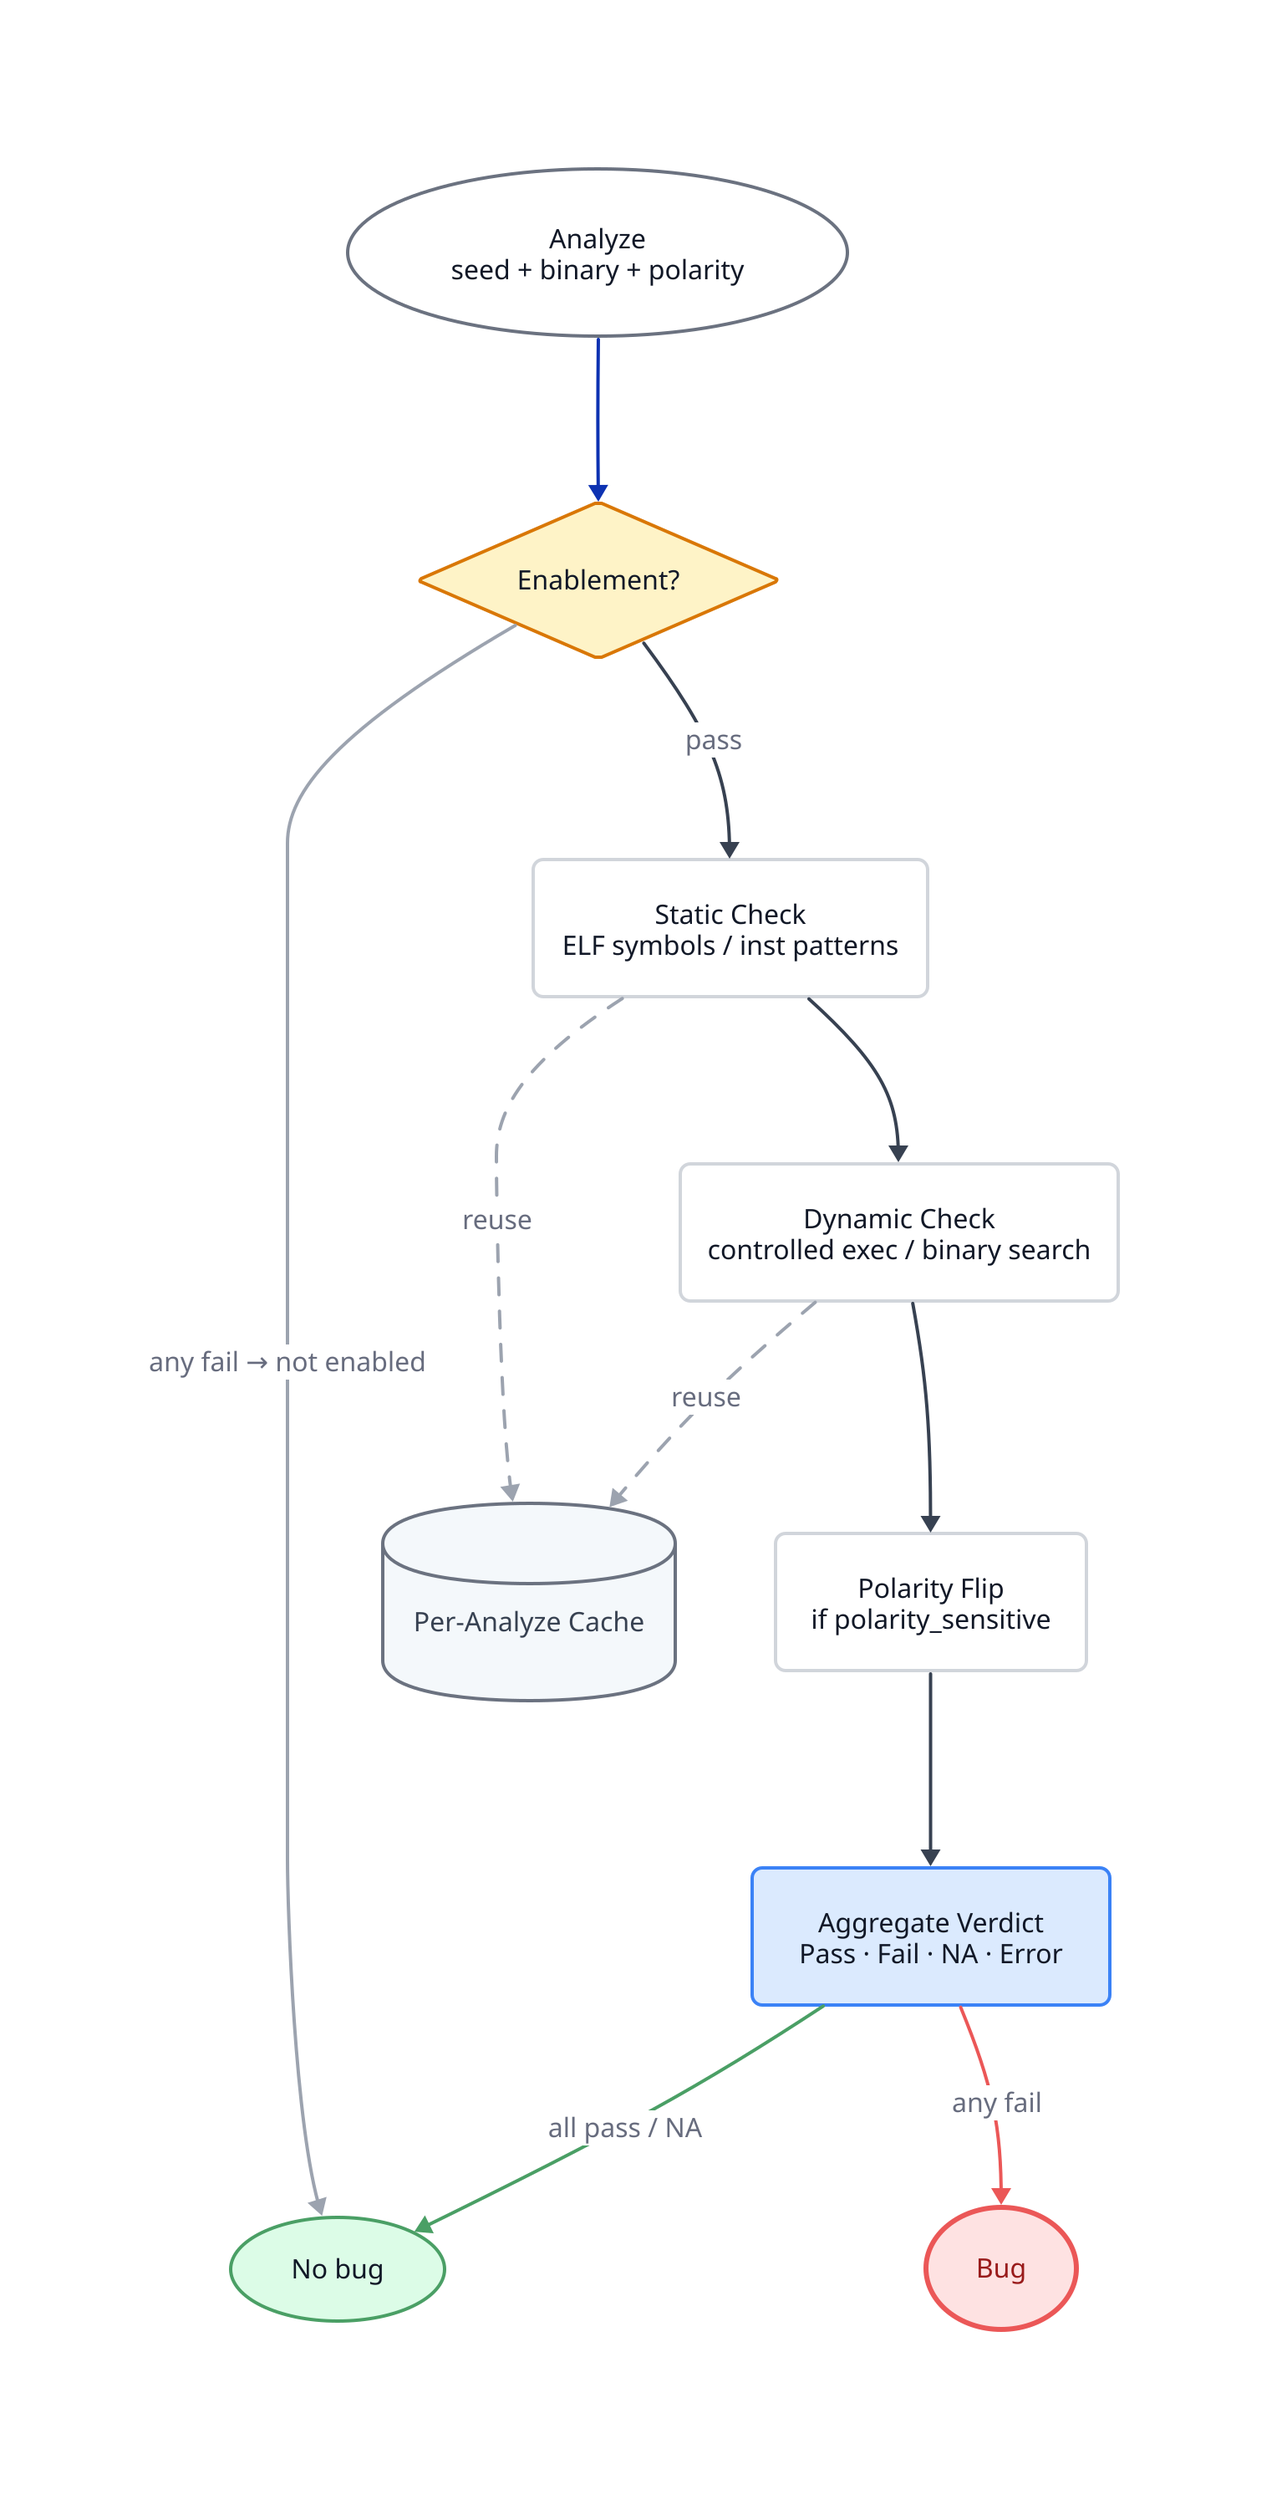
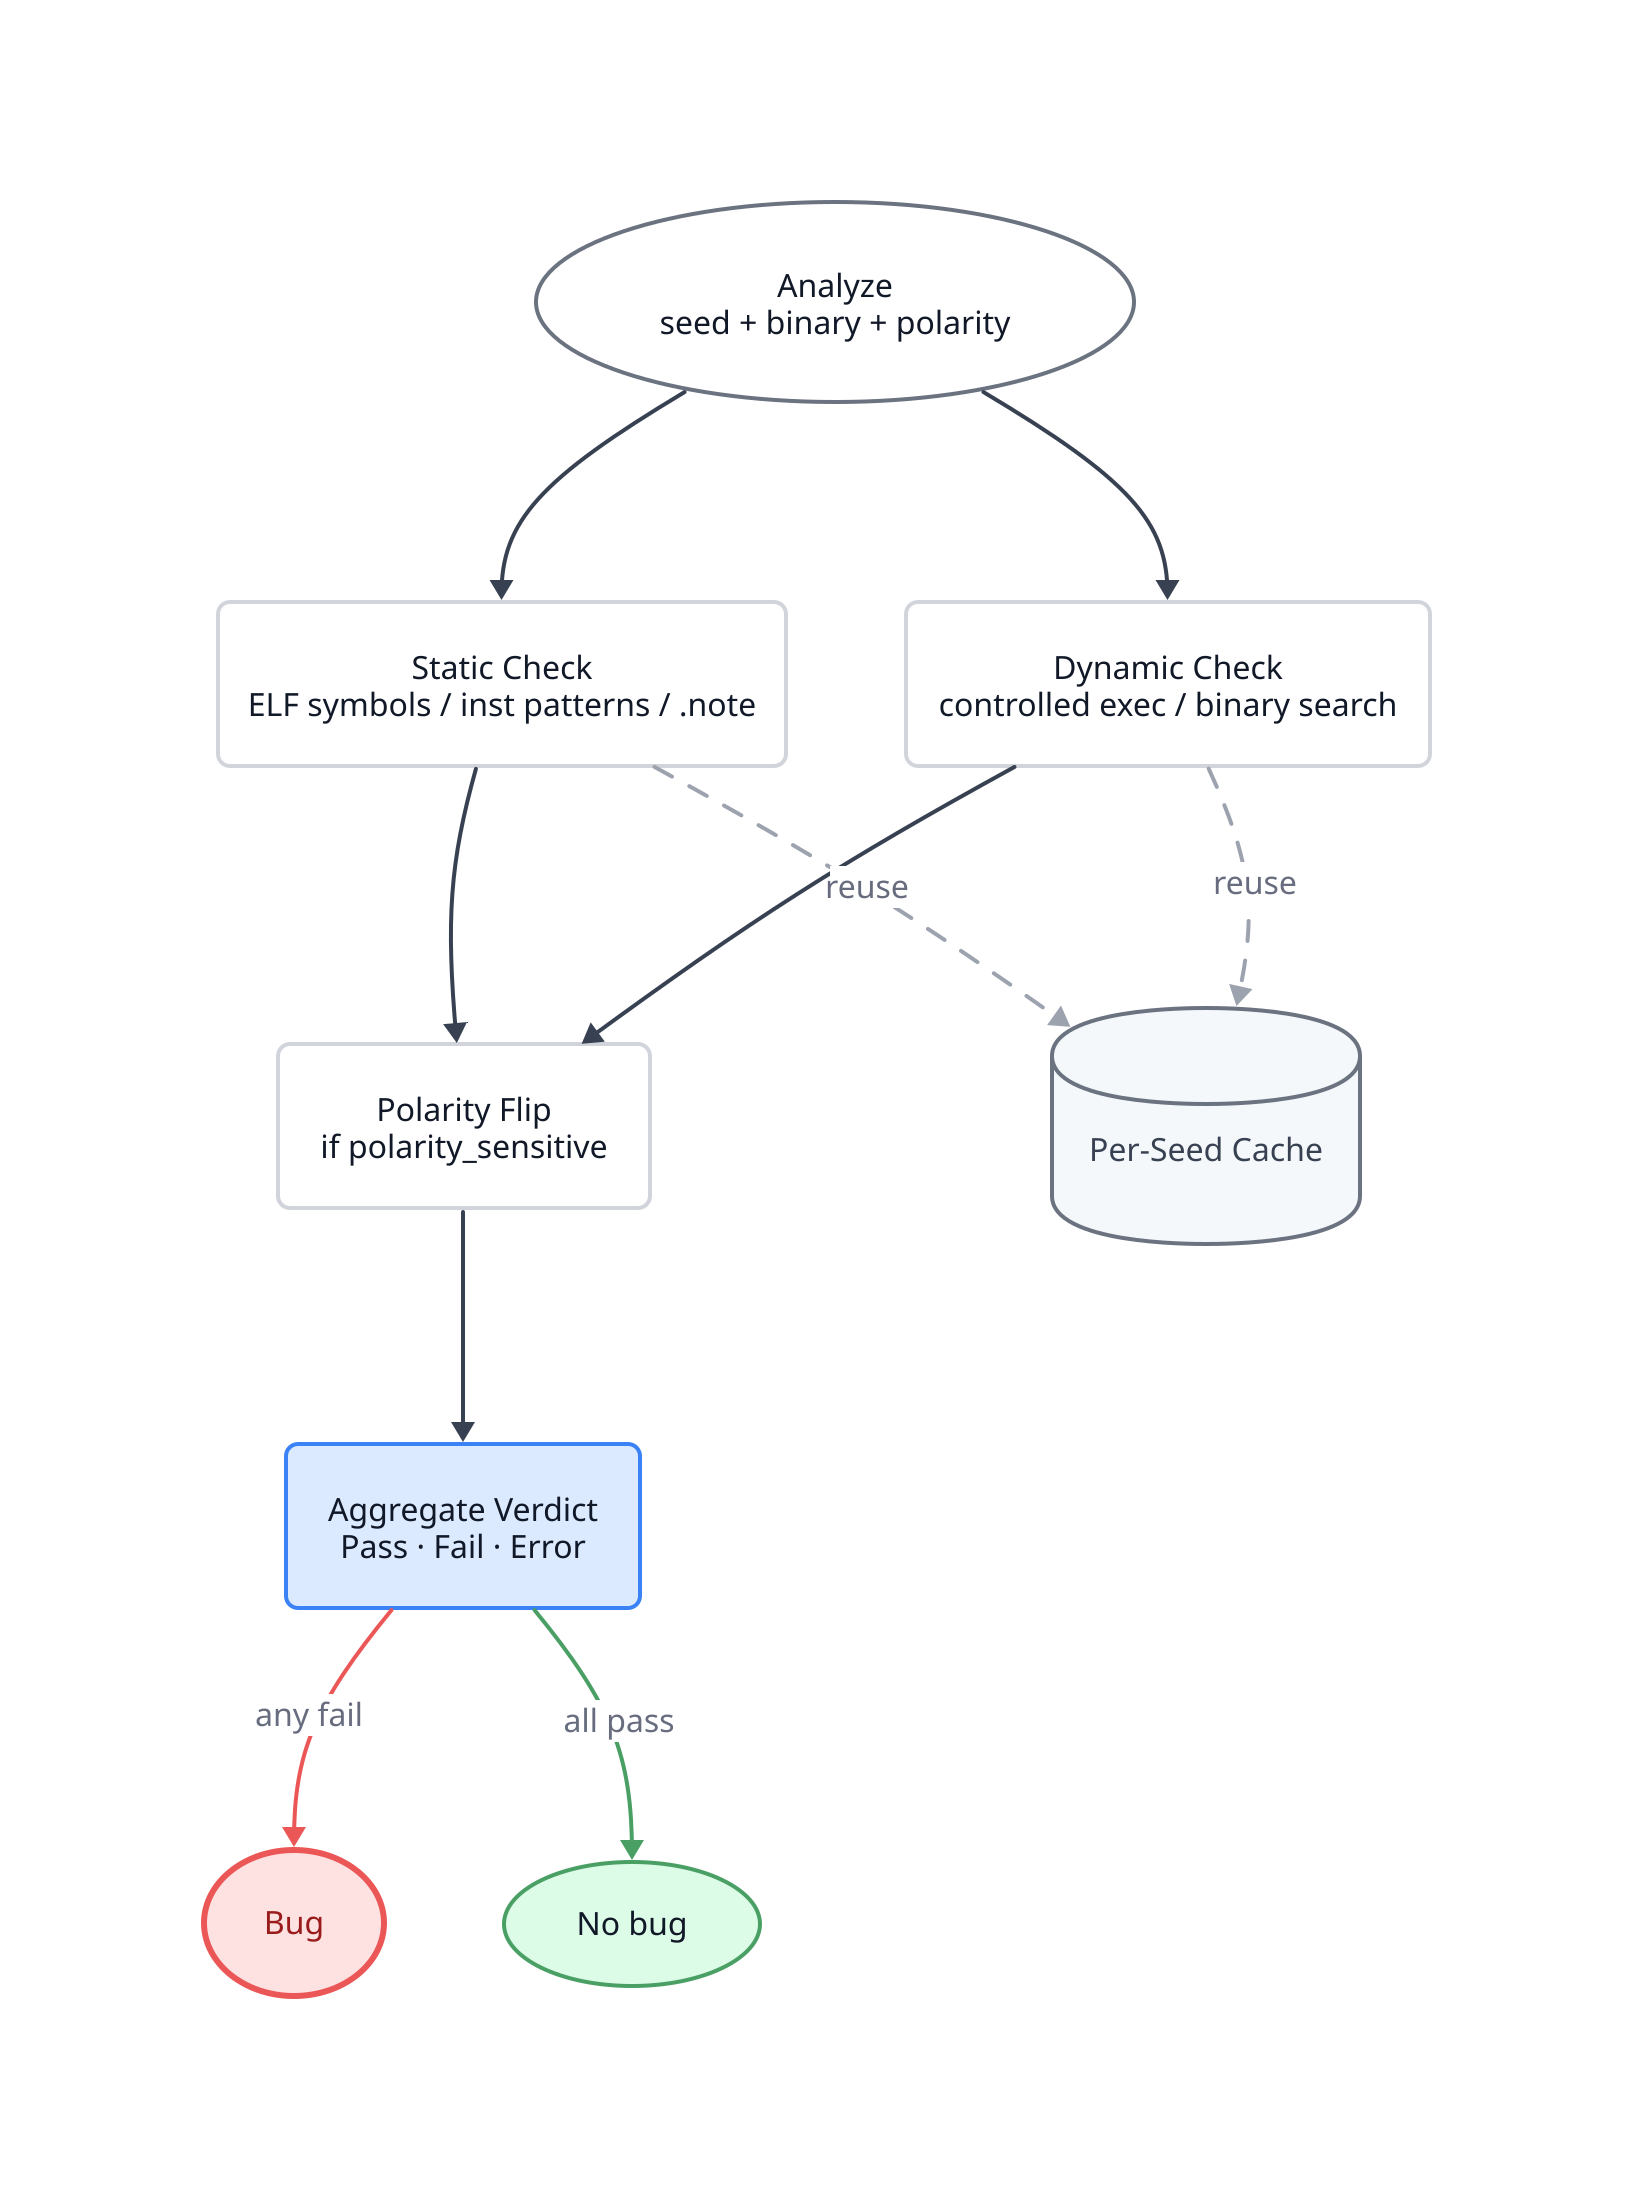
- # 图 3 — 防御机制不变量预言机的三阶段调度（四·技术路线 §2 末）
+ # 图 3 — 防御机制不变量预言机的判定流程（四·技术路线 §2 末）
# 渲染：d2 --layout=dagre --pad=24 oracle-flow.d2 oracle-flow.svg

direction: down

start: "Analyze\nseed + binary + polarity" {
  shape: oval
  style: { fill: white; stroke: "#6B7280"; stroke-width: 2; font-color: "#111827" }
}

- p1: "Enablement?" {
-   shape: diamond
-   style: { fill: "#FEF3C7"; stroke: "#D97706"; stroke-width: 2; font-color: "#111827" }
- }
- 
- p2: "Static Check\nELF symbols / inst patterns" {
+ p2: "Static Check\nELF symbols / inst patterns / .note" {
  style: { fill: white; stroke: "#D1D5DB"; stroke-width: 2; font-color: "#111827"; border-radius: 6 }
}

p3: "Dynamic Check\ncontrolled exec / binary search" {
  style: { fill: white; stroke: "#D1D5DB"; stroke-width: 2; font-color: "#111827"; border-radius: 6 }
}

flip: "Polarity Flip\nif polarity_sensitive" {
  style: { fill: white; stroke: "#D1D5DB"; stroke-width: 2; font-color: "#111827"; border-radius: 6 }
}

- verdict: "Aggregate Verdict\nPass · Fail · NA · Error" {
+ verdict: "Aggregate Verdict\nPass · Fail · Error" {
  style: { fill: "#DBEAFE"; stroke: "#3B82F6"; stroke-width: 2; font-color: "#111827"; border-radius: 6; bold: true }
}

bug: "Bug" {
  shape: oval
  style: { fill: "#FEE2E2"; stroke: "#EB5757"; stroke-width: 3; font-color: "#991B1B"; bold: true }
}

nobug: "No bug" {
  shape: oval
  style: { fill: "#DCFCE7"; stroke: "#4A9F65"; stroke-width: 2; font-color: "#111827" }
}

- cache: "Per-Analyze Cache" {
+ cache: "Per-Seed Cache" {
  shape: cylinder
  style: { fill: "#F4F8FB"; stroke: "#6B7280"; stroke-width: 2; font-color: "#374151"; bold: true }
}

- start -> p1
- p1 -> nobug: "any fail → not enabled" { style: { stroke: "#9CA3AF"; stroke-width: 2 } }
- p1 -> p2: "pass" { style: { stroke: "#374151"; stroke-width: 2 } }
- p2 -> p3 { style: { stroke: "#374151"; stroke-width: 2 } }
+ start -> p2 { style: { stroke: "#374151"; stroke-width: 2 } }
+ start -> p3 { style: { stroke: "#374151"; stroke-width: 2 } }
+ p2 -> flip { style: { stroke: "#374151"; stroke-width: 2 } }
p3 -> flip { style: { stroke: "#374151"; stroke-width: 2 } }
flip -> verdict { style: { stroke: "#374151"; stroke-width: 2 } }
verdict -> bug: "any fail" { style: { stroke: "#EB5757"; stroke-width: 2 } }
- verdict -> nobug: "all pass / NA" { style: { stroke: "#4A9F65"; stroke-width: 2 } }
+ verdict -> nobug: "all pass" { style: { stroke: "#4A9F65"; stroke-width: 2 } }

p2 -> cache: "reuse" { style: { stroke: "#9CA3AF"; stroke-width: 2; stroke-dash: 5 } }
p3 -> cache: "reuse" { style: { stroke: "#9CA3AF"; stroke-width: 2; stroke-dash: 5 } }
